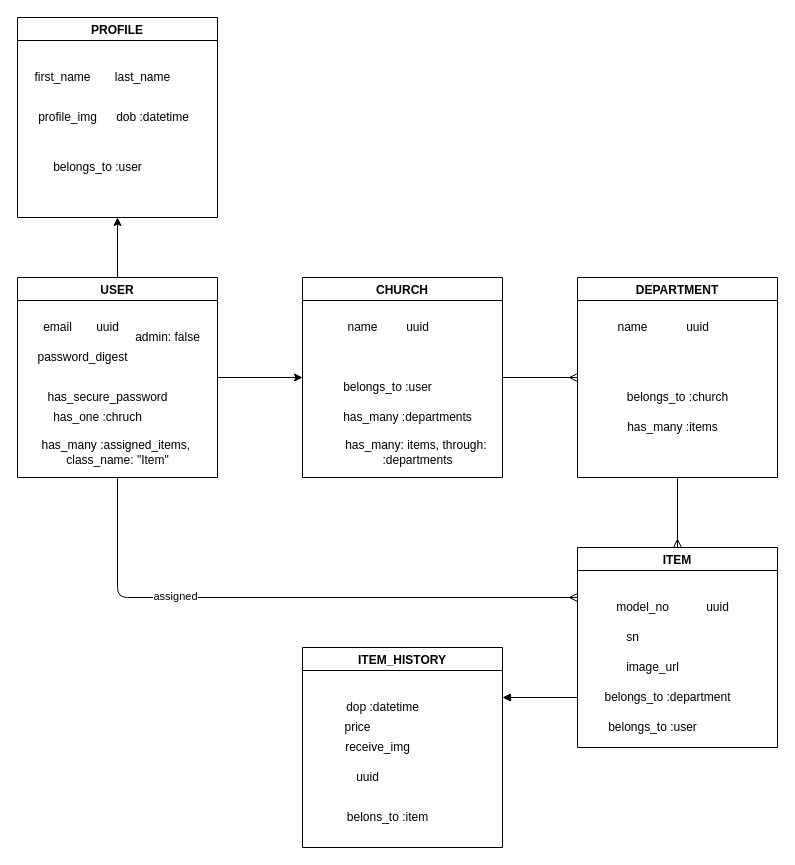
Earlier version of the draw.io diagram rbd.drawio (JubalThang/phase-5-final-project). Source tidied: cells renumbered, new cells numbered last; positions are measured from the earlier drawing's top-left corner, leaving out a move shared by most shapes. Both pictures are drawn from the tidied source at 100%, with x=0, y=0 at pixel (17, 17).
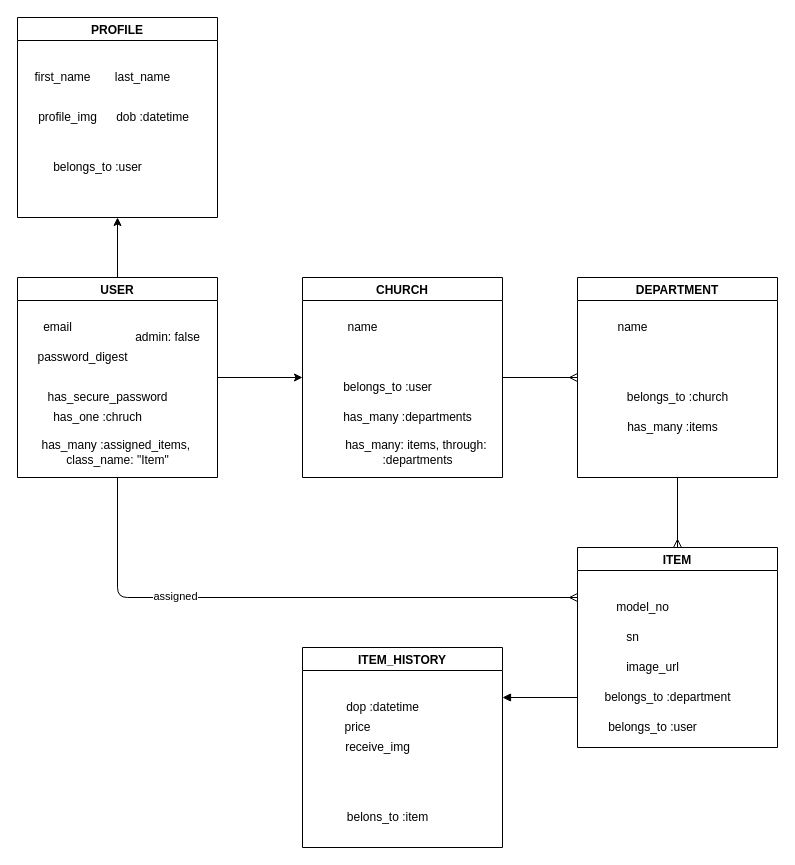
After the change.

Unchanged cells that the change refers to:
```xml
<mxCell id="6" value="USER" style="swimlane;" parent="1" vertex="1">
  <mxGeometry y="260" width="200" height="200" as="geometry" />
</mxCell>
<mxCell id="26" value="ITEM" style="swimlane;" parent="1" vertex="1">
  <mxGeometry x="560" y="530" width="200" height="200" as="geometry" />
</mxCell>
<mxCell id="33" value="ITEM_HISTORY" style="swimlane;" parent="1" vertex="1">
  <mxGeometry x="285" y="630" width="200" height="200" as="geometry" />
</mxCell>
```

Diff of the diagram source:
```diff
@@
-    <mxCell id="10" value="uuid" style="text;html=1;align=center;verticalAlign=middle;strokeColor=none;fillColor=none;" parent="6" vertex="1">
-      <mxGeometry x="70" y="40" width="40" height="20" as="geometry" />
-    </mxCell>
@@
-    <mxCell id="32" value="uuid" style="text;html=1;align=center;verticalAlign=middle;strokeColor=none;fillColor=none;" parent="26" vertex="1">
-      <mxGeometry x="120" y="50" width="40" height="20" as="geometry" />
-    </mxCell>
@@
-    <mxCell id="38" value="uuid" style="text;html=1;align=center;verticalAlign=middle;strokeColor=none;fillColor=none;" parent="33" vertex="1">
-      <mxGeometry x="45" y="120" width="40" height="20" as="geometry" />
-    </mxCell>
-    <mxCell id="39" value="uuid" style="text;html=1;align=center;verticalAlign=middle;strokeColor=none;fillColor=none;" parent="1" vertex="1">
-      <mxGeometry x="380" y="300" width="40" height="20" as="geometry" />
-    </mxCell>
-    <mxCell id="40" value="uuid" style="text;html=1;align=center;verticalAlign=middle;strokeColor=none;fillColor=none;" parent="1" vertex="1">
-      <mxGeometry x="660" y="300" width="40" height="20" as="geometry" />
-    </mxCell>
```
